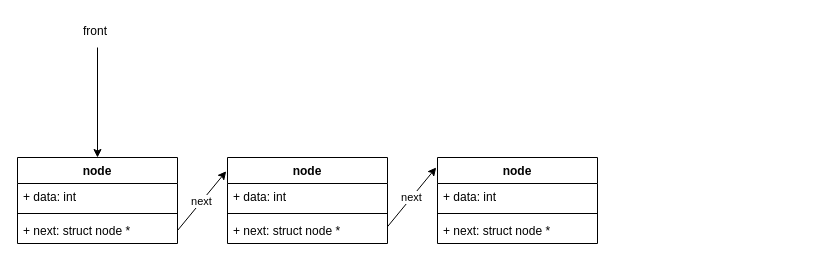
Above: queues.drawio in Qantas94Heavy/COMP1511-20T2 (draw.io), before the change. Source tidied: cells renumbered, new cells numbered last; positions are measured from the earlier drawing's top-left corner, leaving out a move shared by most shapes. Both pictures are drawn from the tidied source at 100%, with x=0, y=0 at pixel (17, 17).
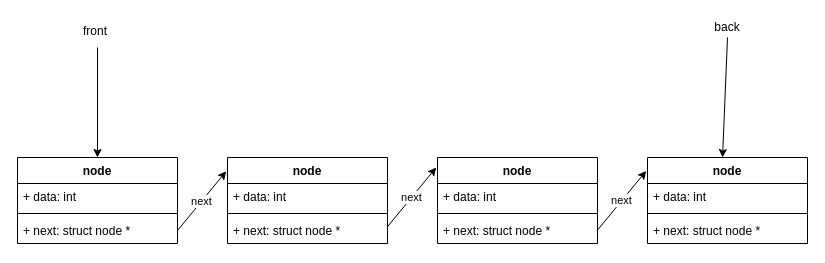
The same page after the edit.

Diff of the diagram source:
```diff
@@
+    <mxCell id="18" style="endArrow=classic;html=1;entryX=0.469;entryY=0;entryDx=0;entryDy=0;exitX=0.5;exitY=1;exitDx=0;exitDy=0;entryPerimeter=0;" parent="1" edge="1" source="19" target="21">
+      <mxGeometry relative="1" as="geometry" />
+    </mxCell>
+    <mxCell id="19" value="back&lt;br&gt;" style="text;html=1;strokeColor=none;fillColor=none;align=center;verticalAlign=middle;whiteSpace=wrap;rounded=0;" parent="1" vertex="1">
+      <mxGeometry x="690" width="40" height="20" as="geometry" />
+    </mxCell>
+    <mxCell id="20" value="next" style="endArrow=classic;html=1;exitX=1;exitY=0.5;exitDx=0;exitDy=0;entryX=-0.008;entryY=0.16;entryDx=0;entryDy=0;entryPerimeter=0;" parent="1" edge="1">
+      <mxGeometry relative="1" as="geometry">
+        <mxPoint x="580" y="212.6" as="sourcePoint" />
+        <mxPoint x="628.7" y="153.4" as="targetPoint" />
+      </mxGeometry>
+    </mxCell>
+    <mxCell id="21" value="node" style="swimlane;fontStyle=1;align=center;verticalAlign=top;horizontal=1;startSize=26;" parent="1" vertex="1">
+      <mxGeometry x="630" y="140" width="160" height="86" as="geometry" />
+    </mxCell>
+    <mxCell id="22" value="+ data: int" style="text;strokeColor=none;fillColor=none;align=left;verticalAlign=top;spacingLeft=4;spacingRight=4;overflow=hidden;" parent="21" vertex="1">
+      <mxGeometry y="26" width="160" height="26" as="geometry" />
+    </mxCell>
+    <mxCell id="23" style="line;strokeWidth=1;fillColor=none;align=left;verticalAlign=middle;spacingTop=-1;spacingLeft=3;spacingRight=3;labelPosition=right;" parent="21" vertex="1">
+      <mxGeometry y="52" width="160" height="8" as="geometry" />
+    </mxCell>
+    <mxCell id="24" value="+ next: struct node *" style="text;strokeColor=none;fillColor=none;align=left;verticalAlign=top;spacingLeft=4;spacingRight=4;overflow=hidden;" parent="21" vertex="1">
+      <mxGeometry y="60" width="160" height="26" as="geometry" />
+    </mxCell>
```
